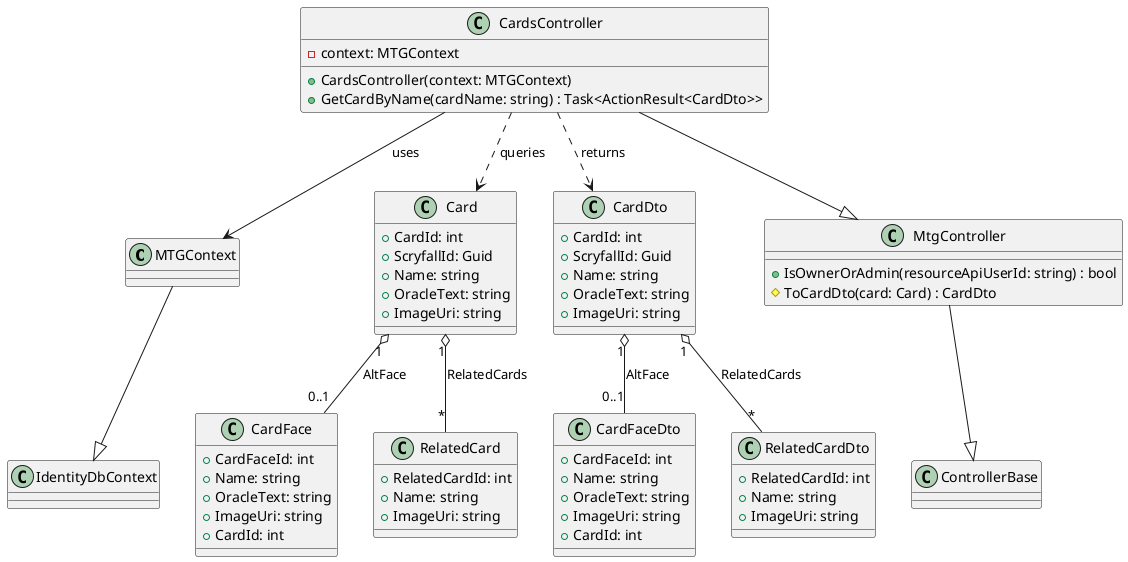
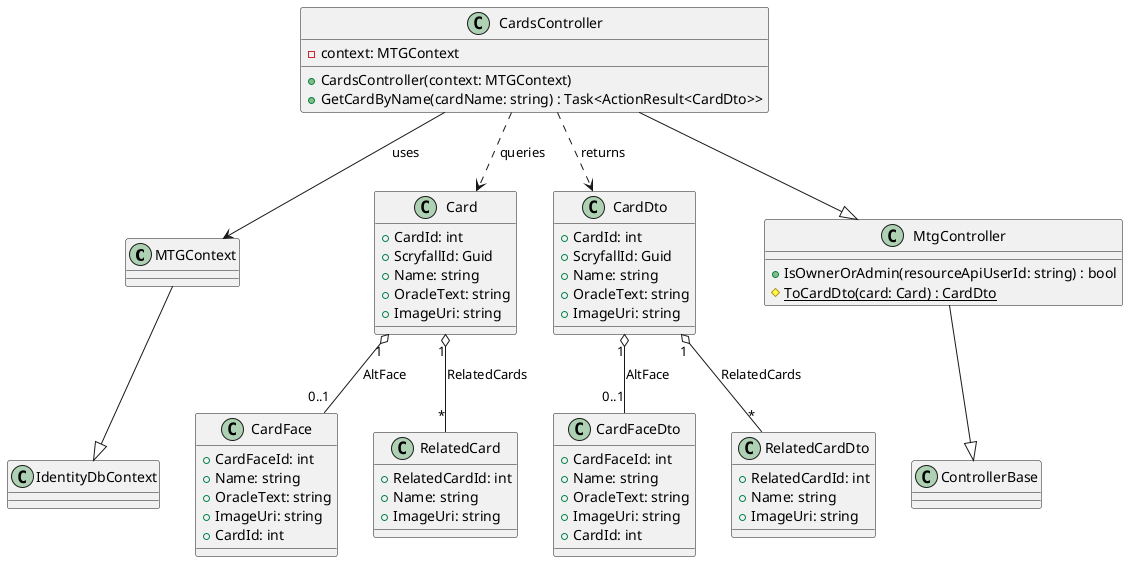
@startuml

class MTGContext
class ControllerBase
class IdentityDbContext


class Card {
    + CardId: int
    + ScryfallId: Guid
    + Name: string
    + OracleText: string
    + ImageUri: string
}

class CardFace {
    + CardFaceId: int
    + Name: string
    + OracleText: string
    + ImageUri: string
    + CardId: int
}

class RelatedCard {
    + RelatedCardId: int
    + Name: string
    + ImageUri: string
}

class CardDto {
    + CardId: int
    + ScryfallId: Guid
    + Name: string
    + OracleText: string
    + ImageUri: string
}

class CardFaceDto{
    + CardFaceId: int
    + Name: string
    + OracleText: string
    + ImageUri: string
    + CardId: int
}

class RelatedCardDto{
    + RelatedCardId: int
    + Name: string
    + ImageUri: string
}

class MtgController {
    + IsOwnerOrAdmin(resourceApiUserId: string) : bool
-     # ToCardDto(card: Card) : CardDto
+     # {static} ToCardDto(card: Card) : CardDto
}

class CardsController {
    - context: MTGContext

    + CardsController(context: MTGContext)
    + GetCardByName(cardName: string) : Task<ActionResult<CardDto>>
}

Card "1" o-- "0..1" CardFace : AltFace
Card "1" o-- "*" RelatedCard : RelatedCards

CardDto "1" o-- "0..1" CardFaceDto : AltFace
CardDto "1" o-- "*" RelatedCardDto : RelatedCards

CardsController --|> MtgController
MtgController --|> ControllerBase
MTGContext --|> IdentityDbContext

CardsController --> MTGContext : uses
CardsController ..> Card : queries

CardsController ..> CardDto : returns


@enduml